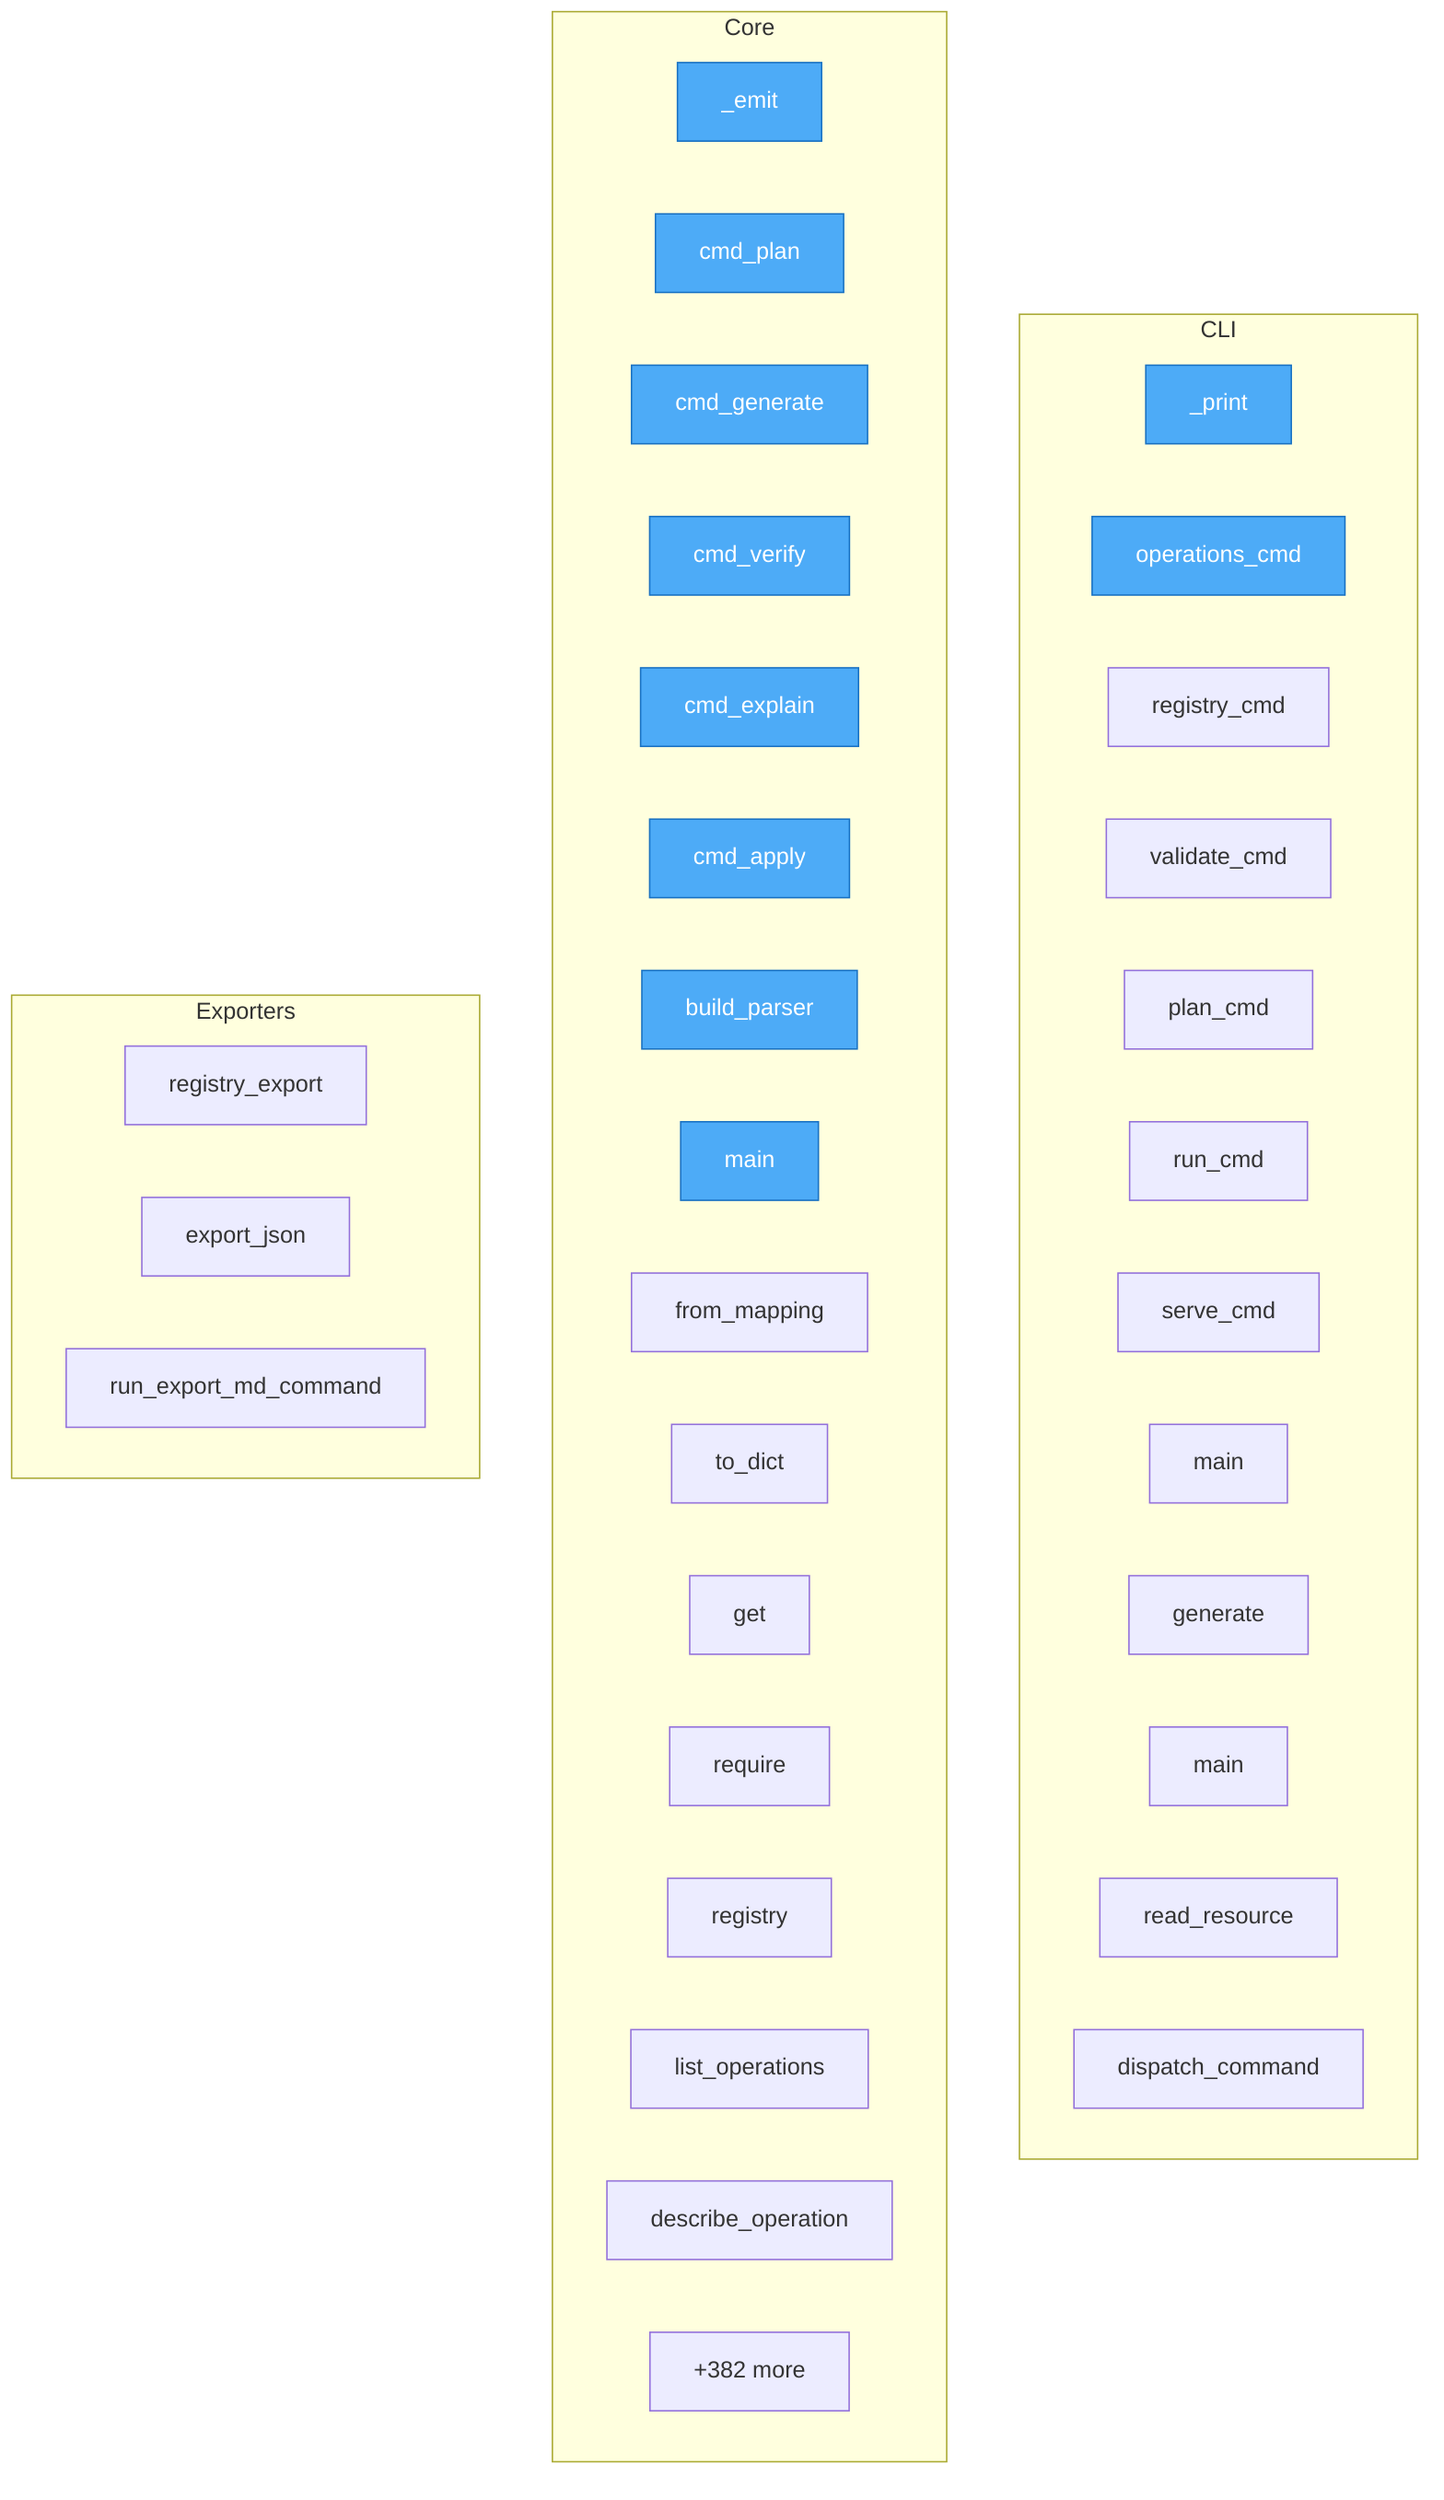
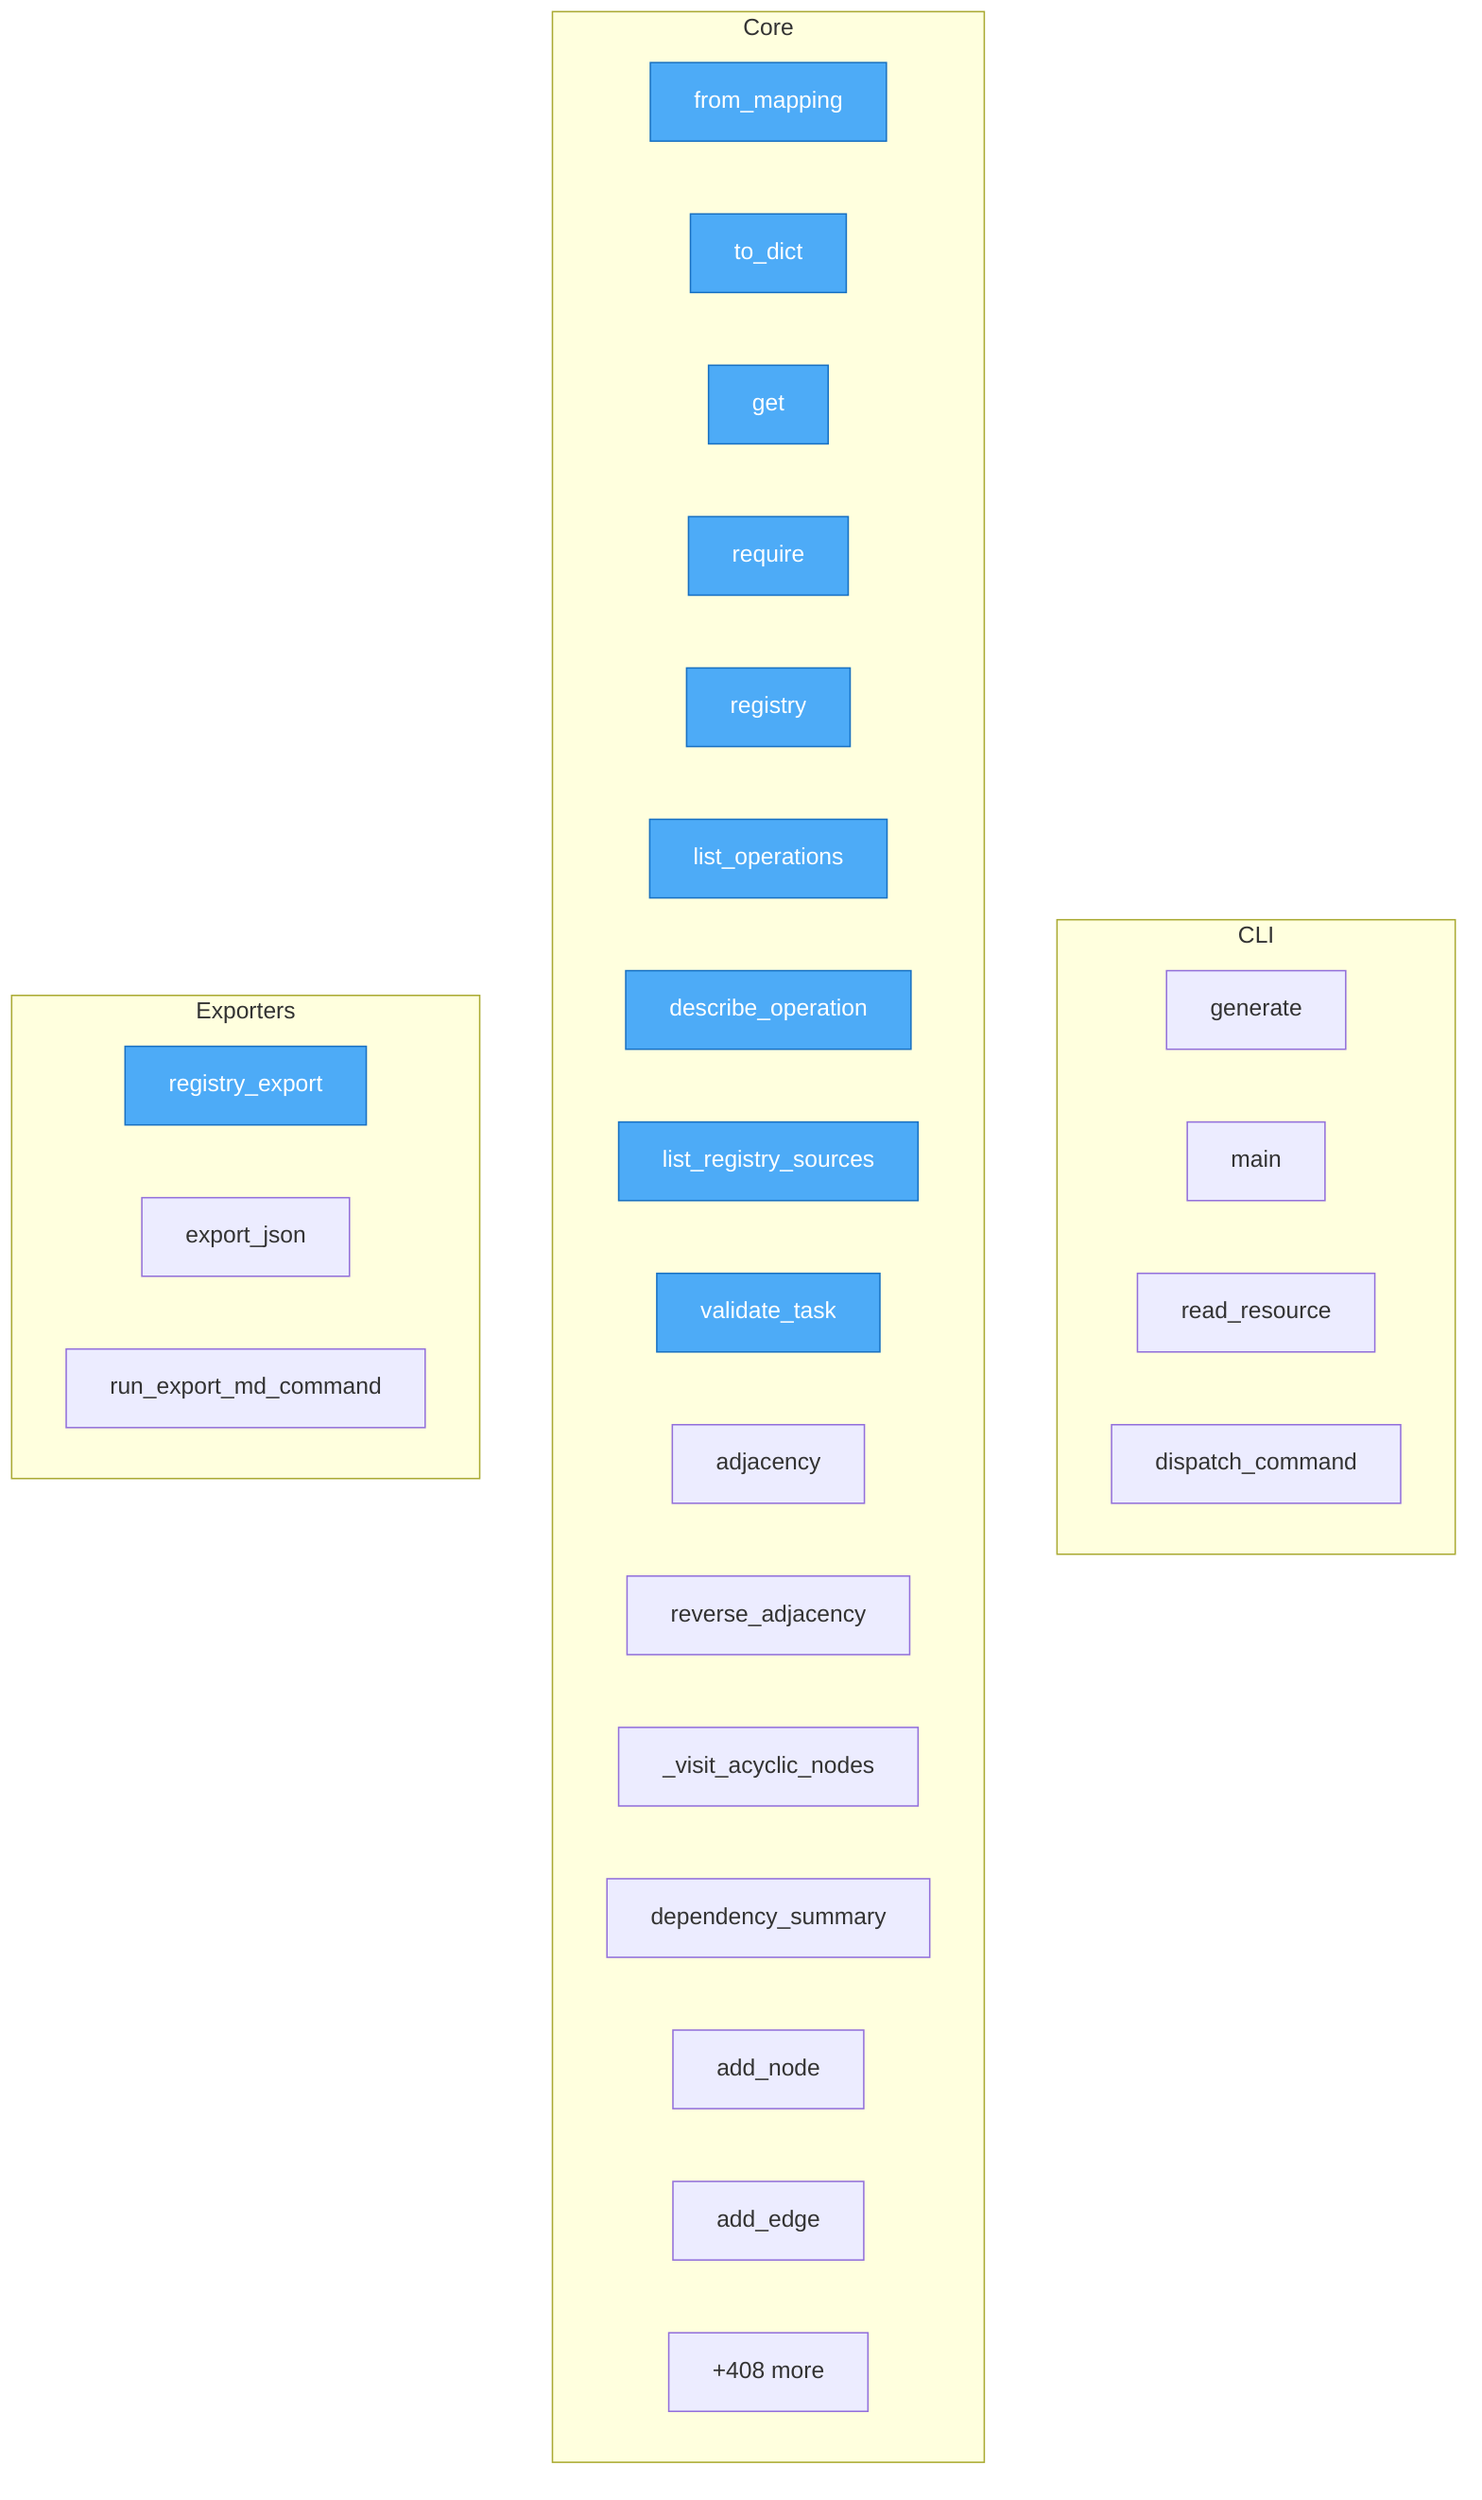
flowchart TD
- %% generated in 0.08s
+ %% generated in 0.09s

    %% Entry points (blue)
    classDef entry fill:#4dabf7,stroke:#1971c2,color:#fff

    subgraph CLI
-         uri2ops__cli___print["_print"]
-         uri2ops__cli__operations_cmd["operations_cmd"]
-         uri2ops__cli__registry_cmd["registry_cmd"]
-         uri2ops__cli__validate_cmd["validate_cmd"]
-         uri2ops__cli__plan_cmd["plan_cmd"]
-         uri2ops__cli__run_cmd["run_cmd"]
-         uri2ops__cli__serve_cmd["serve_cmd"]
-         uri2ops__cli__main["main"]
        nl2a__cli__generate["generate"]
        nl2a__cli__main["main"]
        runtime_client__client__ResourceRuntimeClient__read_resource["read_resource"]
        runtime_client__client__ResourceRuntimeClient__dispatch_command["dispatch_command"]
    end

    subgraph Core
-         packages__urigen__urigen__cli___emit["_emit"]
-         packages__urigen__urigen__cli__cmd_plan["cmd_plan"]
-         packages__urigen__urigen__cli__cmd_generate["cmd_generate"]
-         packages__urigen__urigen__cli__cmd_verify["cmd_verify"]
-         packages__urigen__urigen__cli__cmd_explain["cmd_explain"]
-         packages__urigen__urigen__cli__cmd_apply["cmd_apply"]
-         packages__urigen__urigen__cli__build_parser["build_parser"]
-         packages__urigen__urigen__cli__main["main"]
        uri2ops__operation_registry__models__OperationSpec__from_mapping["from_mapping"]
        uri2ops__operation_registry__models__OperationSpec__to_dict["to_dict"]
        uri2ops__operation_registry__models__OperationRegistry__get["get"]
        uri2ops__operation_registry__models__OperationRegistry__require["require"]
        uri2ops__server__service__OperatorService__registry["registry"]
        uri2ops__server__service__OperatorService__list_operations["list_operations"]
        uri2ops__server__service__OperatorService__describe_operation["describe_operation"]
-         ...["+382 more"]
+         uri2ops__server__service__OperatorService__list_registry_sources["list_registry_sources"]
+         uri2ops__server__service__OperatorService__validate_task["validate_task"]
+         packages__uri3__uri3__graph__dependency_graph__adjacency["adjacency"]
+         packages__uri3__uri3__graph__dependency_graph__reverse_adjacency["reverse_adjacency"]
+         packages__uri3__uri3__graph__dependency_graph___visit_acyclic_nodes["_visit_acyclic_nodes"]
+         packages__uri3__uri3__graph__dependency_graph__dependency_summary["dependency_summary"]
+         uri3__graph__uri_graph__UriGraph__add_node["add_node"]
+         uri3__graph__uri_graph__UriGraph__add_edge["add_edge"]
+         ...["+408 more"]
    end

    subgraph Exporters
        uri2ops__server__service__OperatorService__registry_export["registry_export"]
        hypervisor__contract_registry__registry_exporter__export_json["export_json"]
        packages__resource_agent_hypervisor__hypervisor__contract_registry__cli_commands__run_export_md_command["run_export_md_command"]
    end

-     class packages__urigen__urigen__cli___emit,packages__urigen__urigen__cli__cmd_plan,packages__urigen__urigen__cli__cmd_generate,packages__urigen__urigen__cli__cmd_verify,packages__urigen__urigen__cli__cmd_explain,packages__urigen__urigen__cli__cmd_apply,packages__urigen__urigen__cli__build_parser,packages__urigen__urigen__cli__main,uri2ops__cli___print,uri2ops__cli__operations_cmd entry
+     class uri2ops__operation_registry__models__OperationSpec__from_mapping,uri2ops__operation_registry__models__OperationSpec__to_dict,uri2ops__operation_registry__models__OperationRegistry__get,uri2ops__operation_registry__models__OperationRegistry__require,uri2ops__server__service__OperatorService__registry,uri2ops__server__service__OperatorService__registry_export,uri2ops__server__service__OperatorService__list_operations,uri2ops__server__service__OperatorService__describe_operation,uri2ops__server__service__OperatorService__list_registry_sources,uri2ops__server__service__OperatorService__validate_task entry
